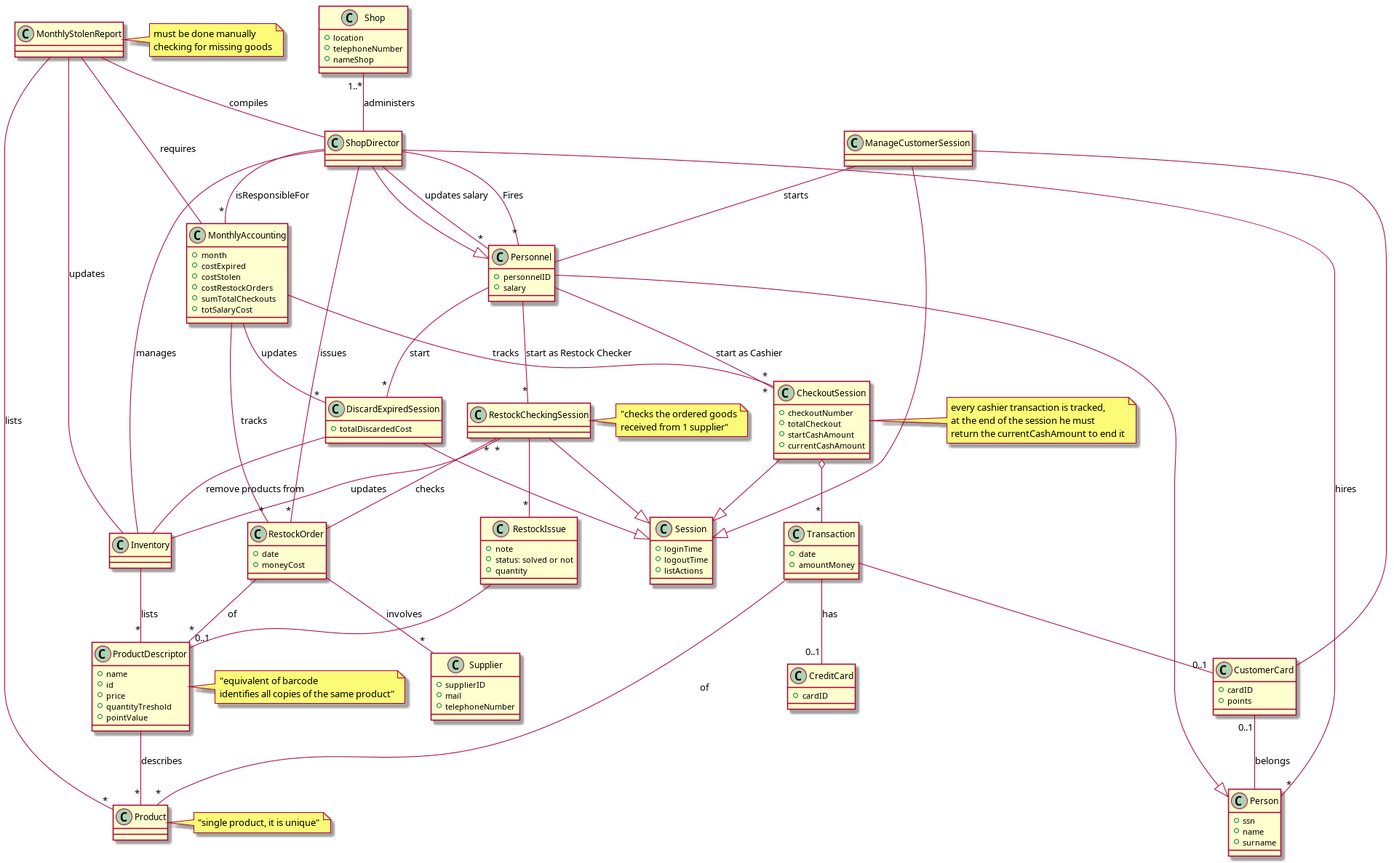
The PlantUML diagram uml/UmlClassDiagram.png in andreadimax/EZShop, before a commit.
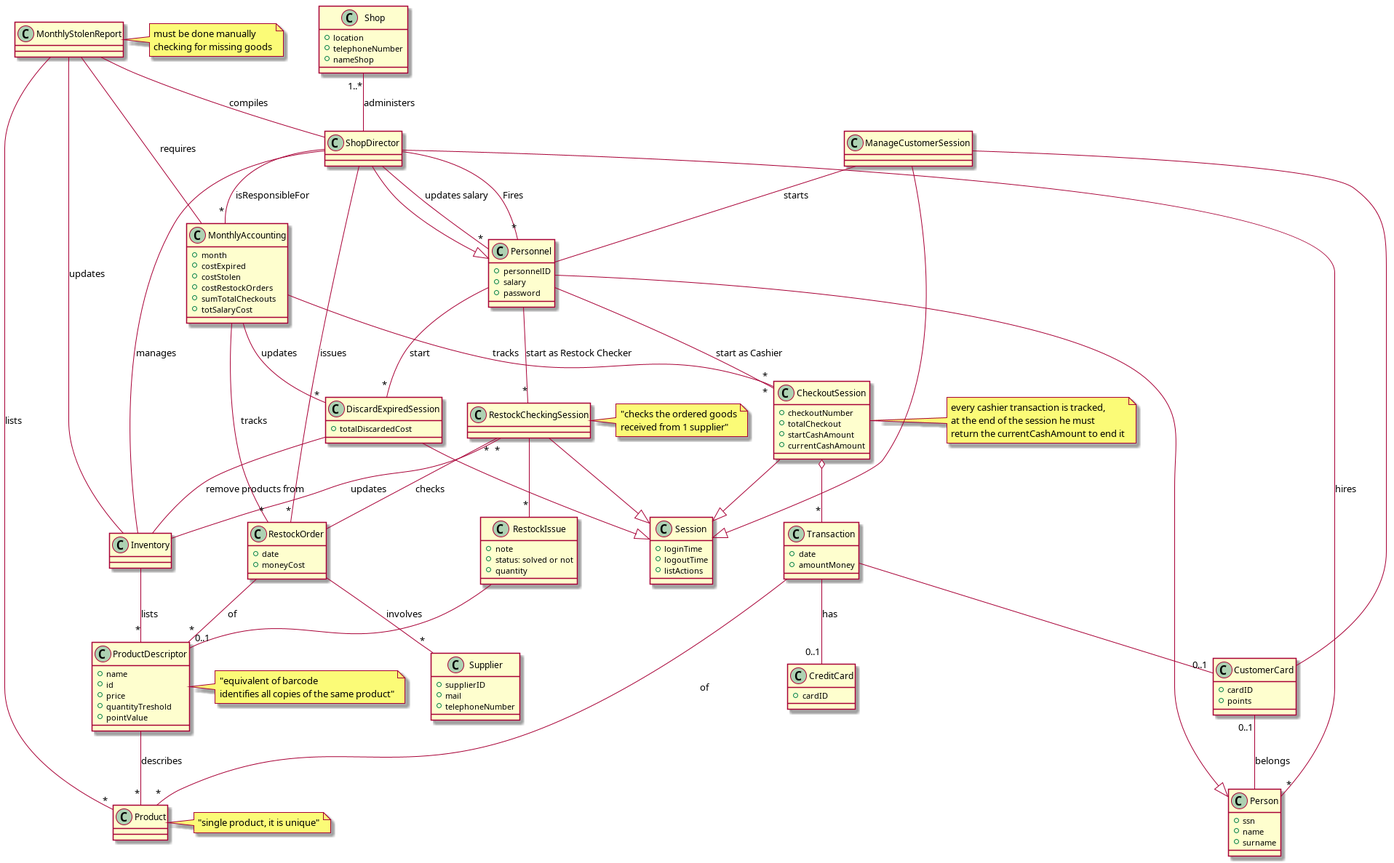
Later version of the same file.

Commit message:
added attribute password to Personnel

What changed in the source:
```diff
@@ -50,6 +50,7 @@
 class Personnel{
         +personnelID
         +salary
+        +password
 }
 
 class Session{
```
